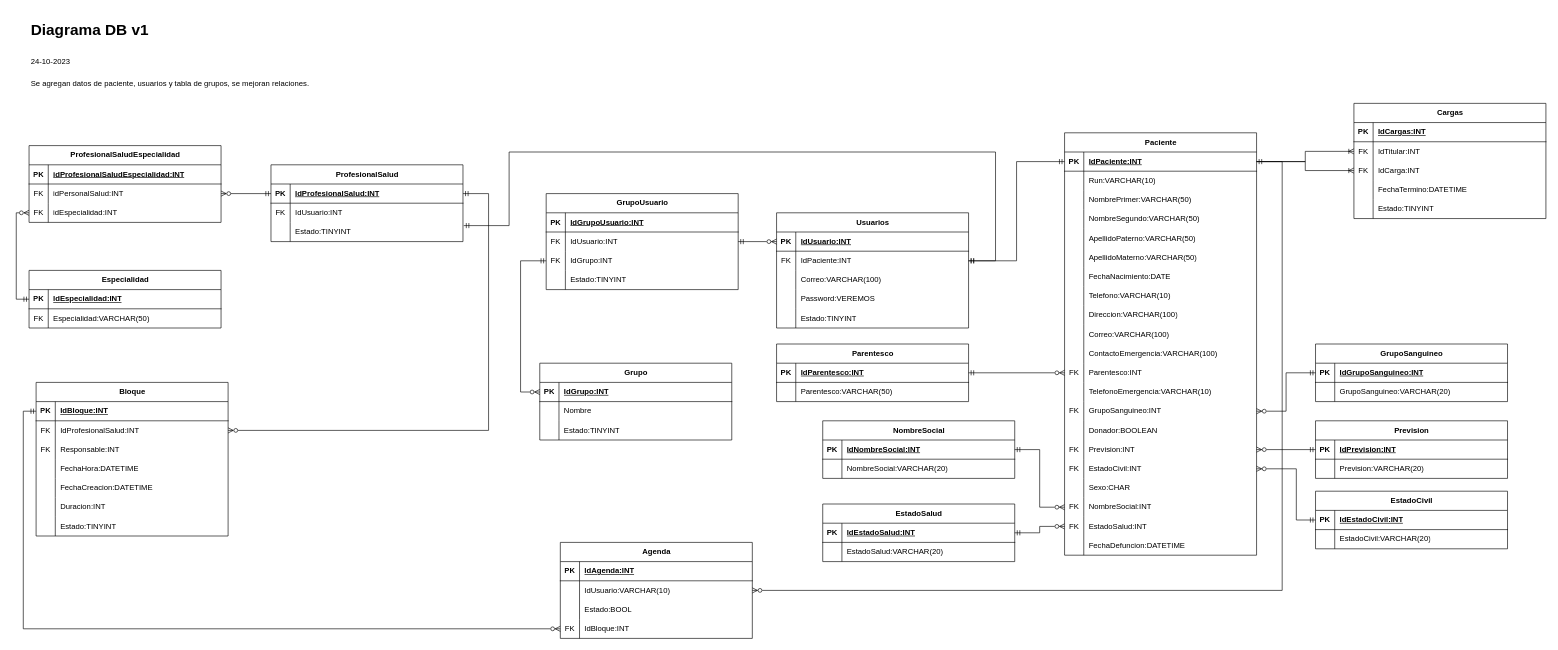
Above: DiagramaDB.drawio in JonaNomas/his-diagram (draw.io), before the change. Source tidied: cells renumbered, new cells numbered last; positions are measured from the earlier drawing's top-left corner, leaving out a move shared by most shapes. Both pictures are drawn from the tidied source at 64%, with x=0, y=0 at pixel (28, 17).
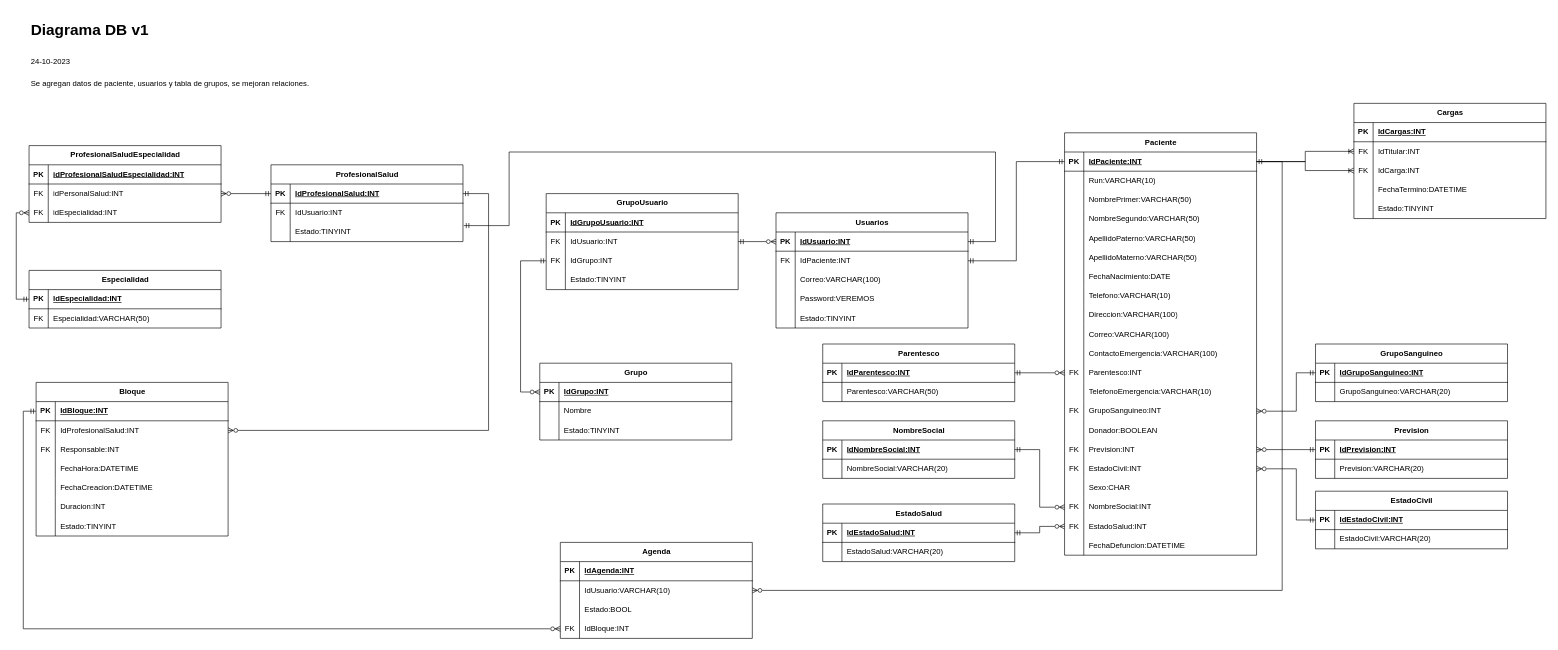
The same diagram, later.

Commit message:
Se arreglan tablas

The change refers to these unchanged cells:
```xml
<mxCell id="42" style="shape=tableRow;horizontal=0;startSize=0;swimlaneHead=0;swimlaneBody=0;fillColor=none;points=[[0,0.5],[1,0.5]];portConstraint=eastwest;top=0;left=0;right=0;bottom=0;" parent="2" vertex="1">
  <mxGeometry y="420" width="300" height="30" as="geometry" />
</mxCell>
<mxCell id="109" style="shape=tableRow;horizontal=0;startSize=0;swimlaneHead=0;swimlaneBody=0;fillColor=none;points=[[0,0.5],[1,0.5]];portConstraint=eastwest;top=0;left=0;right=0;bottom=0;" parent="102" vertex="1">
  <mxGeometry y="90" width="300" height="30" as="geometry" />
</mxCell>
<mxCell id="162" style="shape=tableRow;horizontal=0;startSize=0;swimlaneHead=0;swimlaneBody=0;fillColor=none;points=[[0,0.5],[1,0.5]];portConstraint=eastwest;top=0;left=0;right=0;bottom=1;" parent="161" vertex="1">
  <mxGeometry y="30" width="300" height="30" as="geometry" />
</mxCell>
<mxCell id="165" style="shape=tableRow;horizontal=0;startSize=0;swimlaneHead=0;swimlaneBody=0;fillColor=none;points=[[0,0.5],[1,0.5]];portConstraint=eastwest;top=0;left=0;right=0;bottom=0;" parent="161" vertex="1">
  <mxGeometry y="60" width="300" height="30" as="geometry" />
</mxCell>
<mxCell id="229" style="shape=tableRow;horizontal=0;startSize=0;swimlaneHead=0;swimlaneBody=0;fillColor=none;points=[[0,0.5],[1,0.5]];portConstraint=eastwest;top=0;left=0;right=0;bottom=1;" parent="228" vertex="1">
  <mxGeometry y="30" width="300" height="30" as="geometry" />
</mxCell>
```

The edit, as a diff of the source:
```diff
@@
     <mxCell id="122" value="Parentesco" style="shape=table;startSize=30;childLayout=tableLayout;rowLines=0;fontStyle=1;align=center;html=1;" parent="1" vertex="1">
-      <mxGeometry x="1169.9" y="510" width="300" height="90" as="geometry" />
+      <mxGeometry x="1242" y="510" width="300" height="90" as="geometry" />
     </mxCell>
@@
     <mxCell id="161" value="Usuarios" style="shape=table;startSize=30;childLayout=tableLayout;rowLines=0;fontStyle=1;align=center;html=1;" parent="1" vertex="1">
-      <mxGeometry x="1169.9" y="305" width="300" height="180" as="geometry" />
+      <mxGeometry x="1169" y="305" width="300" height="180" as="geometry" />
     </mxCell>
@@
-    <mxCell id="203" style="edgeStyle=orthogonalEdgeStyle;rounded=0;jettySize=auto;html=1;exitX=1;exitY=0.5;exitDx=0;exitDy=0;entryX=1.004;entryY=0.167;entryDx=0;entryDy=0;endArrow=ERmandOne;endFill=0;startArrow=ERmandOne;startFill=0;entryPerimeter=0;" parent="1" edge="1" source="165" target="109">
+    <mxCell id="203" style="edgeStyle=orthogonalEdgeStyle;rounded=0;jettySize=auto;html=1;exitX=1;exitY=0.5;exitDx=0;exitDy=0;entryX=1.004;entryY=0.167;entryDx=0;entryDy=0;endArrow=ERmandOne;endFill=0;startArrow=ERmandOne;startFill=0;entryPerimeter=0;" parent="1" edge="1" source="162" target="109">
       <mxGeometry relative="1" as="geometry">
         <Array as="points">
-          <mxPoint x="1512" y="380" />
+          <mxPoint x="1512" y="350" />
           <mxPoint x="1512" y="210" />
           <mxPoint x="752" y="210" />
           <mxPoint x="752" y="325" />
         </Array>
       </mxGeometry>
     </mxCell>
@@
     <mxCell id="235" style="edgeStyle=orthogonalEdgeStyle;rounded=0;jettySize=auto;html=1;entryX=0;entryY=0.5;entryDx=0;entryDy=0;startArrow=ERzeroToMany;startFill=0;endArrow=ERmandOne;endFill=0;" parent="1" edge="1" source="42" target="229">
-      <mxGeometry relative="1" as="geometry" />
+      <mxGeometry relative="1" as="geometry">
+        <Array as="points">
+          <mxPoint x="1982" y="615" />
+          <mxPoint x="1982" y="555" />
+        </Array>
+      </mxGeometry>
     </mxCell>
```
